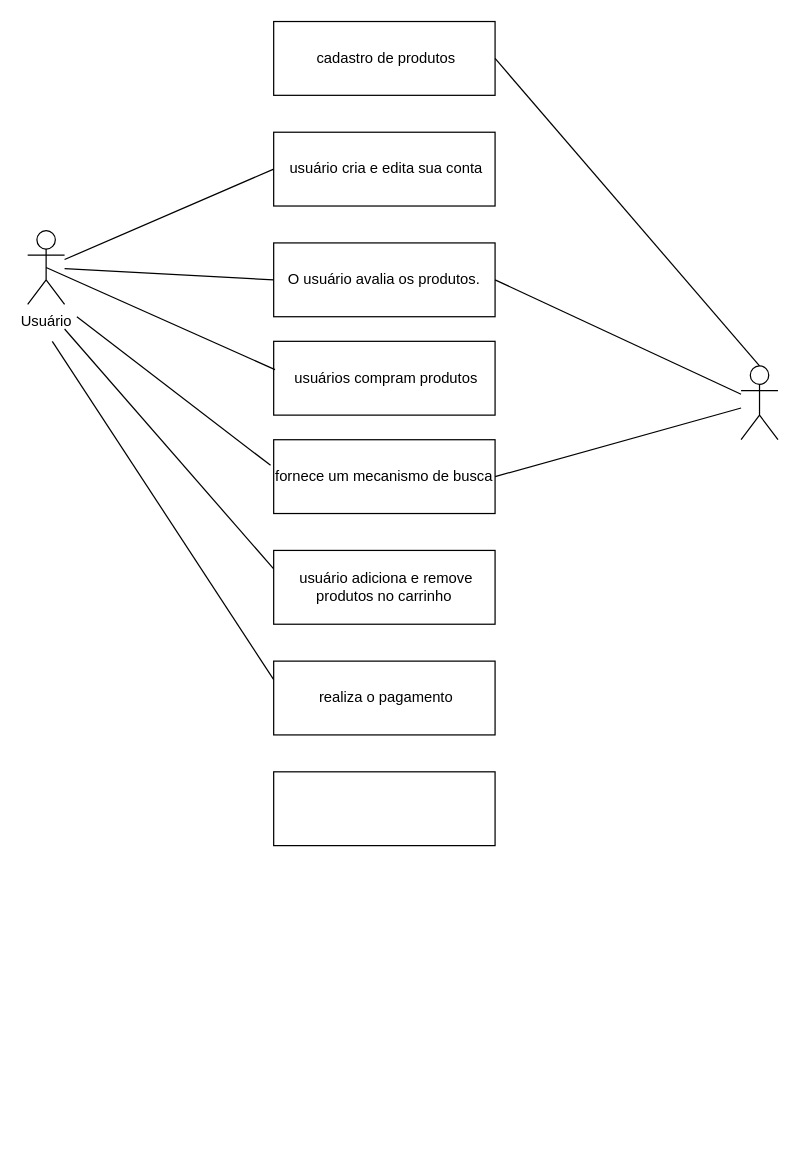
This is diagrama de casos de uso.drawio from AndreLuizWandscheerFranco/TCC, a draw.io file, before an edit. Source tidied: cells renumbered, new cells numbered last; positions are measured from the earlier drawing's top-left corner, leaving out a move shared by most shapes. Both pictures are drawn from the tidied source at 123%, with x=0, y=0 at pixel (27, 21).
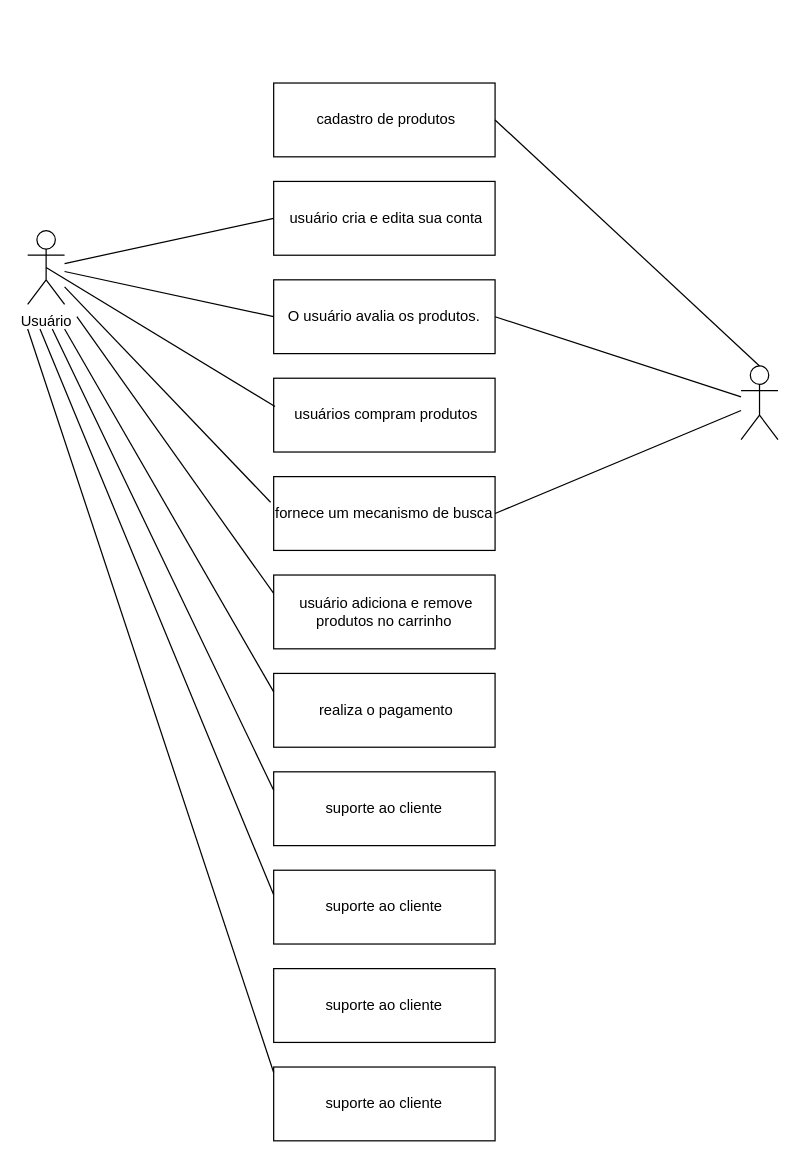
The same diagram, later.

Unchanged cells that the change refers to:
```xml
<mxCell id="2" value="Usuário" style="shape=umlActor;verticalLabelPosition=bottom;verticalAlign=top;html=1;outlineConnect=0;" parent="1" vertex="1">
  <mxGeometry y="170" width="30" height="60" as="geometry" />
</mxCell>
```

The edit, as a diff of the source:
```diff
@@
     <mxCell id="3" value="&amp;nbsp;cadastro de produtos" style="rounded=0;whiteSpace=wrap;html=1;" parent="1" vertex="1">
-      <mxGeometry x="200" width="180" height="60" as="geometry" />
+      <mxGeometry x="200" y="50" width="180" height="60" as="geometry" />
     </mxCell>
@@
     <mxCell id="5" value="&amp;nbsp;usuário cria e edita sua conta" style="rounded=0;whiteSpace=wrap;html=1;" parent="1" vertex="1">
-      <mxGeometry x="200" y="90" width="180" height="60" as="geometry" />
+      <mxGeometry x="200" y="130" width="180" height="60" as="geometry" />
     </mxCell>
     <mxCell id="6" value="O usuário avalia os produtos." style="rounded=0;whiteSpace=wrap;html=1;" parent="1" vertex="1">
-      <mxGeometry x="200" y="180" width="180" height="60" as="geometry" />
+      <mxGeometry x="200" y="210" width="180" height="60" as="geometry" />
     </mxCell>
     <mxCell id="7" value="fornece um mecanismo de busca" style="rounded=0;whiteSpace=wrap;html=1;" parent="1" vertex="1">
-      <mxGeometry x="200" y="340" width="180" height="60" as="geometry" />
+      <mxGeometry x="200" y="370" width="180" height="60" as="geometry" />
     </mxCell>
     <mxCell id="8" value="&amp;nbsp;usuário adiciona e remove produtos no carrinho" style="rounded=0;whiteSpace=wrap;html=1;" parent="1" vertex="1">
-      <mxGeometry x="200" y="430" width="180" height="60" as="geometry" />
+      <mxGeometry x="200" y="450" width="180" height="60" as="geometry" />
     </mxCell>
@@
     <mxCell id="12" value="&amp;nbsp;usuários compram produtos" style="rounded=0;whiteSpace=wrap;html=1;" parent="1" vertex="1">
-      <mxGeometry x="200" y="260" width="180" height="60" as="geometry" />
+      <mxGeometry x="200" y="290" width="180" height="60" as="geometry" />
     </mxCell>
@@
     <mxCell id="16" value="&amp;nbsp;realiza o pagamento" style="rounded=0;whiteSpace=wrap;html=1;" parent="1" vertex="1">
-      <mxGeometry x="200" y="520" width="180" height="60" as="geometry" />
+      <mxGeometry x="200" y="530" width="180" height="60" as="geometry" />
     </mxCell>
-    <mxCell id="17" style="endArrow=none;html=1;rounded=0;exitX=-0.014;exitY=0.347;exitDx=0;exitDy=0;exitPerimeter=0;" parent="1" edge="1" source="7">
-      <mxGeometry relative="1" as="geometry">
-        <mxPoint x="40" y="240" as="targetPoint" />
-      </mxGeometry>
+    <mxCell id="17" style="endArrow=none;html=1;rounded=0;exitX=-0.014;exitY=0.347;exitDx=0;exitDy=0;exitPerimeter=0;" parent="1" edge="1" source="7" target="2">
+      <mxGeometry relative="1" as="geometry" />
     </mxCell>
     <mxCell id="18" style="endArrow=none;html=1;rounded=0;exitX=0;exitY=0.25;exitDx=0;exitDy=0;" parent="1" edge="1" source="8">
       <mxGeometry relative="1" as="geometry">
-        <mxPoint x="30" y="250" as="targetPoint" />
+        <mxPoint x="40" y="240" as="targetPoint" />
+        <Array as="points">
+          <mxPoint x="40" y="240" />
+        </Array>
       </mxGeometry>
     </mxCell>
     <mxCell id="19" style="endArrow=none;html=1;rounded=0;exitX=0;exitY=0.25;exitDx=0;exitDy=0;" parent="1" edge="1" source="16">
       <mxGeometry relative="1" as="geometry">
-        <mxPoint x="20" y="260" as="targetPoint" />
+        <mxPoint x="30" y="250" as="targetPoint" />
       </mxGeometry>
     </mxCell>
-    <mxCell id="20" style="rounded=0;whiteSpace=wrap;html=1;" parent="1" vertex="1">
+    <mxCell id="20" value="suporte ao cliente" style="rounded=0;whiteSpace=wrap;html=1;" parent="1" vertex="1">
       <mxGeometry x="200" y="610" width="180" height="60" as="geometry" />
     </mxCell>
+    <mxCell id="21" style="endArrow=none;html=1;rounded=0;exitX=0;exitY=0.25;exitDx=0;exitDy=0;" parent="1" edge="1" source="20">
+      <mxGeometry relative="1" as="geometry">
+        <mxPoint x="20" y="250" as="targetPoint" />
+      </mxGeometry>
+    </mxCell>
+    <mxCell id="22" value="suporte ao cliente" style="rounded=0;whiteSpace=wrap;html=1;" parent="1" vertex="1">
+      <mxGeometry x="200" y="690" width="180" height="60" as="geometry" />
+    </mxCell>
+    <mxCell id="23" style="endArrow=none;html=1;rounded=0;" parent="1" edge="1">
+      <mxGeometry relative="1" as="geometry">
+        <mxPoint x="200" y="710" as="sourcePoint" />
+        <mxPoint x="10" y="250" as="targetPoint" />
+      </mxGeometry>
+    </mxCell>
+    <mxCell id="24" value="suporte ao cliente" style="rounded=0;whiteSpace=wrap;html=1;" parent="1" vertex="1">
+      <mxGeometry x="200" y="770" width="180" height="60" as="geometry" />
+    </mxCell>
+    <mxCell id="25" value="suporte ao cliente" style="rounded=0;whiteSpace=wrap;html=1;" parent="1" vertex="1">
+      <mxGeometry x="200" y="850" width="180" height="60" as="geometry" />
+    </mxCell>
+    <mxCell id="26" style="endArrow=none;html=1;rounded=0;exitX=0;exitY=0.075;exitDx=0;exitDy=0;exitPerimeter=0;" parent="1" edge="1" source="25">
+      <mxGeometry relative="1" as="geometry">
+        <mxPoint y="250" as="targetPoint" />
+      </mxGeometry>
+    </mxCell>
```
